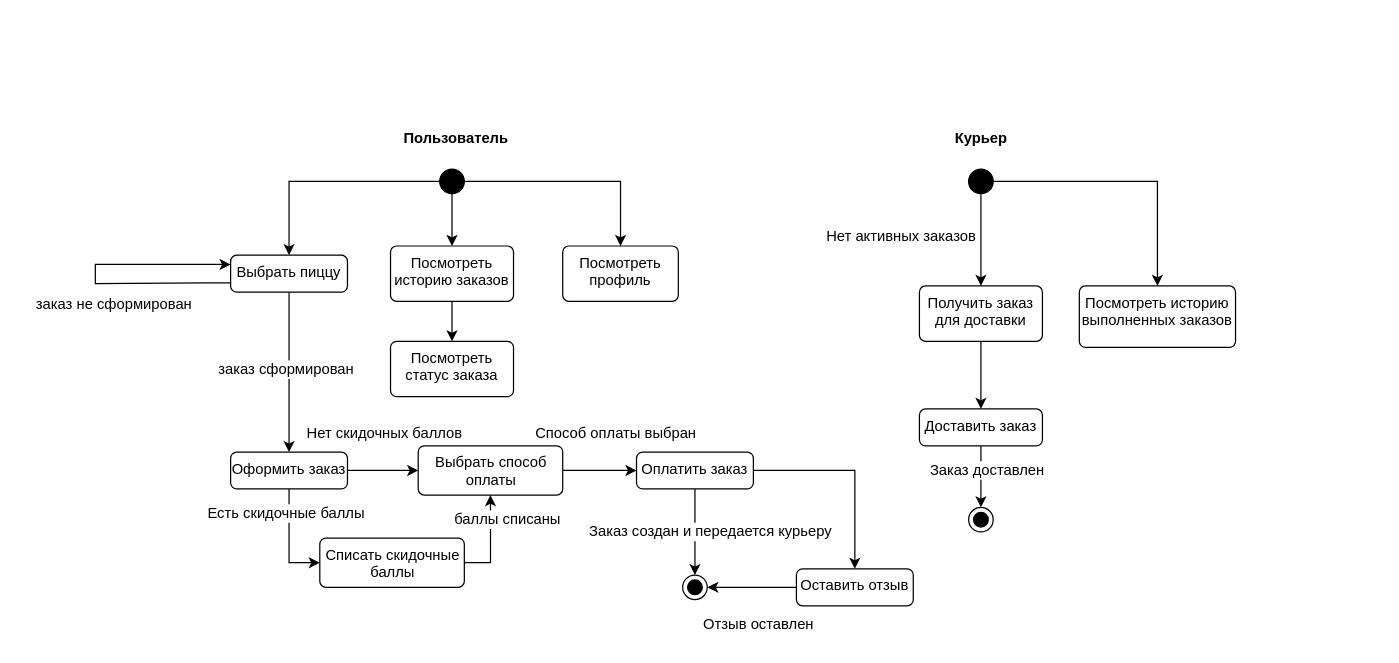
Earlier version of the draw.io diagram ДиаграммаАвтомата.drawio (hard-gainer/UML). Source tidied: cells renumbered, new cells numbered last; positions are measured from the earlier drawing's top-left corner, leaving out a move shared by most shapes. Both pictures are drawn from the tidied source at 123%, with x=0, y=0 at pixel (21, 119).
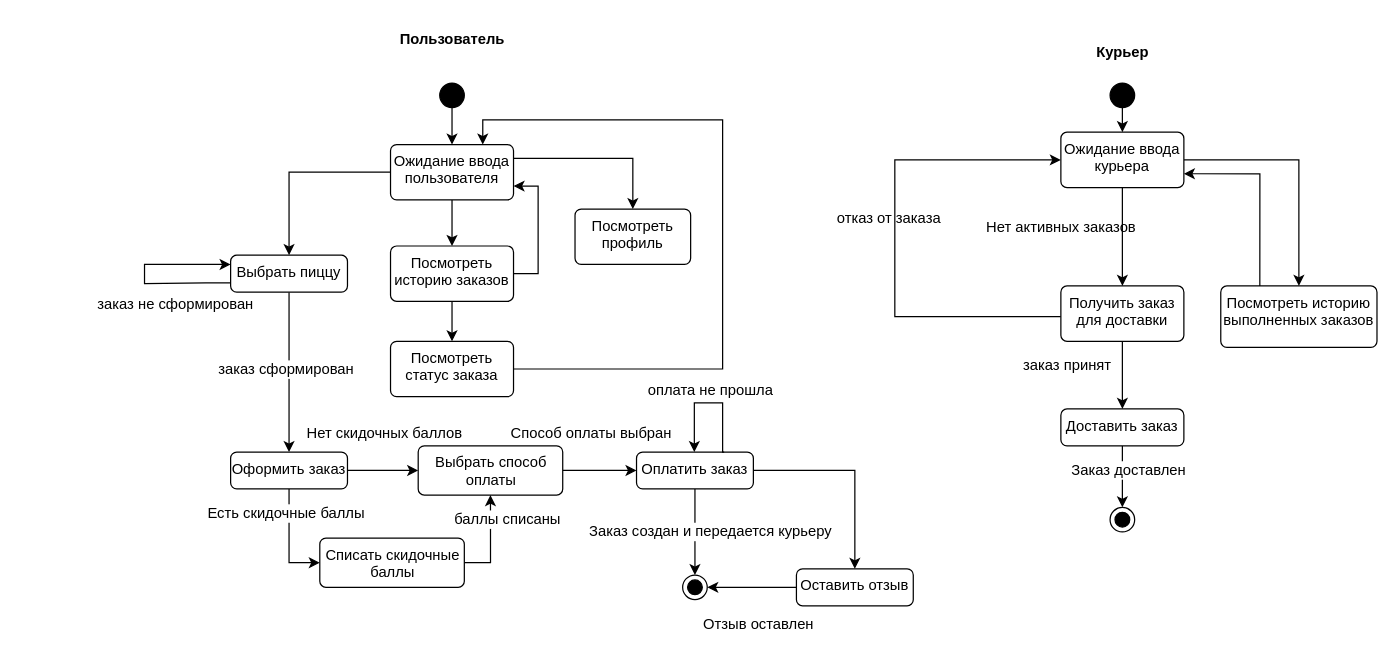
Above is the later version.

The change refers to these unchanged cells:
```xml
<mxCell id="9" value="Оплатить заказ" style="html=1;align=center;verticalAlign=top;rounded=1;absoluteArcSize=1;arcSize=10;dashed=0;whiteSpace=wrap;" parent="1" vertex="1">
  <mxGeometry x="500" y="270" width="95" height="30" as="geometry" />
</mxCell>
<mxCell id="11" value="Выбрать пиццу" style="html=1;align=center;verticalAlign=top;rounded=1;absoluteArcSize=1;arcSize=10;dashed=0;whiteSpace=wrap;" parent="1" vertex="1">
  <mxGeometry x="170" y="110" width="95" height="30" as="geometry" />
</mxCell>
<mxCell id="21" value="Посмотреть историю заказов" style="html=1;align=center;verticalAlign=top;rounded=1;absoluteArcSize=1;arcSize=10;dashed=0;whiteSpace=wrap;" parent="1" vertex="1">
  <mxGeometry x="300" y="102.5" width="100" height="45" as="geometry" />
</mxCell>
<mxCell id="22" value="Посмотреть статус заказа" style="html=1;align=center;verticalAlign=top;rounded=1;absoluteArcSize=1;arcSize=10;dashed=0;whiteSpace=wrap;" parent="1" vertex="1">
  <mxGeometry x="300" y="180" width="100" height="45" as="geometry" />
</mxCell>
```

The edit, as a diff of the source:
```diff
@@
-    <mxCell id="2" style="edgeStyle=orthogonalEdgeStyle;rounded=0;jettySize=auto;html=1;entryX=0.5;entryY=0;entryDx=0;entryDy=0;" parent="1" edge="1" source="5" target="11">
-      <mxGeometry relative="1" as="geometry" />
-    </mxCell>
-    <mxCell id="3" style="edgeStyle=orthogonalEdgeStyle;rounded=0;jettySize=auto;html=1;entryX=0.5;entryY=0;entryDx=0;entryDy=0;" parent="1" edge="1" source="5" target="19">
-      <mxGeometry relative="1" as="geometry" />
-    </mxCell>
-    <mxCell id="4" style="edgeStyle=orthogonalEdgeStyle;rounded=0;jettySize=auto;html=1;exitX=0.5;exitY=1;exitDx=0;exitDy=0;" parent="1" edge="1" source="5" target="21">
-      <mxGeometry relative="1" as="geometry" />
-    </mxCell>
+    <mxCell id="47" style="edgeStyle=orthogonalEdgeStyle;rounded=0;jettySize=auto;html=1;entryX=0.5;entryY=0;entryDx=0;entryDy=0;" parent="1" edge="1" source="5" target="56">
+      <mxGeometry relative="1" as="geometry" />
+    </mxCell>
     <mxCell id="5" style="ellipse;fillColor=strokeColor;html=1;" parent="1" vertex="1">
-      <mxGeometry x="340" y="40" width="20" height="20" as="geometry" />
+      <mxGeometry x="340" y="-30" width="20" height="20" as="geometry" />
     </mxCell>
@@
     <mxCell id="19" value="Посмотреть профиль" style="html=1;align=center;verticalAlign=top;rounded=1;absoluteArcSize=1;arcSize=10;dashed=0;whiteSpace=wrap;" parent="1" vertex="1">
-      <mxGeometry x="440" y="102.5" width="94" height="45" as="geometry" />
+      <mxGeometry x="450" y="72.5" width="94" height="45" as="geometry" />
     </mxCell>
@@
+    <mxCell id="48" style="edgeStyle=orthogonalEdgeStyle;rounded=0;jettySize=auto;html=1;exitX=1;exitY=0.5;exitDx=0;exitDy=0;entryX=1;entryY=0.75;entryDx=0;entryDy=0;" parent="1" edge="1" source="21" target="56">
+      <mxGeometry relative="1" as="geometry" />
+    </mxCell>
@@
+    <mxCell id="49" style="edgeStyle=orthogonalEdgeStyle;rounded=0;jettySize=auto;html=1;exitX=1;exitY=0.5;exitDx=0;exitDy=0;entryX=0.75;entryY=0;entryDx=0;entryDy=0;" parent="1" edge="1" source="22" target="56">
+      <mxGeometry relative="1" as="geometry">
+        <Array as="points">
+          <mxPoint x="570" y="203" />
+          <mxPoint x="570" />
+          <mxPoint x="375" />
+        </Array>
+      </mxGeometry>
+    </mxCell>
@@
     <mxCell id="23" value="Пользователь" style="text;html=1;align=center;verticalAlign=middle;strokeColor=none;fillColor=none;fontStyle=1;" parent="1" vertex="1">
-      <mxGeometry x="302.5" width="100" height="30" as="geometry" />
+      <mxGeometry x="300" y="-80" width="100" height="30" as="geometry" />
     </mxCell>
-    <mxCell id="24" style="edgeStyle=orthogonalEdgeStyle;rounded=0;jettySize=auto;html=1;entryX=0.5;entryY=0;entryDx=0;entryDy=0;" parent="1" edge="1" source="26" target="29">
-      <mxGeometry relative="1" as="geometry" />
-    </mxCell>
-    <mxCell id="25" style="edgeStyle=orthogonalEdgeStyle;rounded=0;jettySize=auto;html=1;entryX=0.5;entryY=0;entryDx=0;entryDy=0;" parent="1" edge="1" source="26" target="32">
-      <mxGeometry relative="1" as="geometry" />
-    </mxCell>
+    <mxCell id="50" style="edgeStyle=orthogonalEdgeStyle;rounded=0;jettySize=auto;html=1;exitX=0.5;exitY=1;exitDx=0;exitDy=0;entryX=0.5;entryY=0;entryDx=0;entryDy=0;" parent="1" edge="1" source="26" target="61">
+      <mxGeometry relative="1" as="geometry" />
+    </mxCell>
     <mxCell id="26" style="ellipse;fillColor=strokeColor;html=1;" parent="1" vertex="1">
-      <mxGeometry x="770" y="40" width="20" height="20" as="geometry" />
+      <mxGeometry x="885" y="-30" width="20" height="20" as="geometry" />
     </mxCell>
     <mxCell id="27" value="Курьер" style="text;html=1;align=center;verticalAlign=middle;strokeColor=none;fillColor=none;fontStyle=1;" parent="1" vertex="1">
-      <mxGeometry x="750" width="60" height="30" as="geometry" />
+      <mxGeometry x="865" y="-70" width="60" height="30" as="geometry" />
     </mxCell>
@@
+    <mxCell id="51" style="edgeStyle=orthogonalEdgeStyle;rounded=0;jettySize=auto;html=1;entryX=0;entryY=0.5;entryDx=0;entryDy=0;" parent="1" edge="1" source="29" target="61">
+      <mxGeometry relative="1" as="geometry">
+        <Array as="points">
+          <mxPoint x="710" y="160" />
+          <mxPoint x="710" y="33" />
+        </Array>
+      </mxGeometry>
+    </mxCell>
     <mxCell id="29" value="Получить заказ для доставки" style="html=1;align=center;verticalAlign=top;rounded=1;absoluteArcSize=1;arcSize=10;dashed=0;whiteSpace=wrap;" parent="1" vertex="1">
-      <mxGeometry x="730" y="135" width="100" height="45" as="geometry" />
+      <mxGeometry x="845" y="135" width="100" height="45" as="geometry" />
     </mxCell>
@@
     <mxCell id="31" value="Доставить заказ" style="html=1;align=center;verticalAlign=top;rounded=1;absoluteArcSize=1;arcSize=10;dashed=0;whiteSpace=wrap;" parent="1" vertex="1">
-      <mxGeometry x="730" y="235" width="100" height="30" as="geometry" />
+      <mxGeometry x="845" y="235" width="100" height="30" as="geometry" />
     </mxCell>
+    <mxCell id="52" style="edgeStyle=orthogonalEdgeStyle;rounded=0;jettySize=auto;html=1;exitX=0.25;exitY=0;exitDx=0;exitDy=0;entryX=1;entryY=0.75;entryDx=0;entryDy=0;" parent="1" edge="1" source="32" target="61">
+      <mxGeometry relative="1" as="geometry" />
+    </mxCell>
     <mxCell id="32" value="Посмотреть историю выполненных заказов" style="html=1;align=center;verticalAlign=top;rounded=1;absoluteArcSize=1;arcSize=10;dashed=0;whiteSpace=wrap;" parent="1" vertex="1">
-      <mxGeometry x="860" y="135" width="127" height="50" as="geometry" />
+      <mxGeometry x="975" y="135" width="127" height="50" as="geometry" />
     </mxCell>
     <mxCell id="33" value="Нет активных заказов" style="text;html=1;align=center;verticalAlign=middle;strokeColor=none;fillColor=none;" parent="1" vertex="1">
-      <mxGeometry x="640" y="80" width="150" height="30" as="geometry" />
+      <mxGeometry x="770" y="72.5" width="150" height="30" as="geometry" />
     </mxCell>
@@
     <mxCell id="36" value="Способ оплаты выбран" style="text;html=1;align=center;verticalAlign=middle;strokeColor=none;fillColor=none;" parent="1" vertex="1">
-      <mxGeometry x="407.5" y="240" width="150" height="30" as="geometry" />
+      <mxGeometry x="387.5" y="240" width="150" height="30" as="geometry" />
     </mxCell>
@@
     <mxCell id="39" style="edgeStyle=orthogonalEdgeStyle;rounded=0;orthogonalLoop=1;jettySize=auto;html=1;entryX=0;entryY=0.25;entryDx=0;entryDy=0;exitX=0;exitY=0.75;exitDx=0;exitDy=0;" parent="1" edge="1" source="11" target="11">
       <mxGeometry relative="1" as="geometry">
         <Array as="points">
           <mxPoint x="150" y="133" />
-          <mxPoint x="60" y="133" />
-          <mxPoint x="60" y="118" />
+          <mxPoint x="100" y="133" />
+          <mxPoint x="100" y="117" />
         </Array>
       </mxGeometry>
     </mxCell>
     <mxCell id="40" value="заказ не сформирован" style="text;html=1;align=center;verticalAlign=middle;strokeColor=none;fillColor=none;" parent="1" vertex="1">
-      <mxGeometry y="135" width="150" height="30" as="geometry" />
+      <mxGeometry x="50" y="135" width="150" height="30" as="geometry" />
     </mxCell>
     <mxCell id="41" value="Заказ доставлен" style="text;html=1;align=center;verticalAlign=middle;strokeColor=none;fillColor=none;labelBackgroundColor=default;" parent="1" vertex="1">
-      <mxGeometry x="725" y="270" width="120" height="30" as="geometry" />
+      <mxGeometry x="840" y="270" width="120" height="30" as="geometry" />
     </mxCell>
@@
     <mxCell id="45" style="ellipse;html=1;shape=endState;fillColor=strokeColor;" parent="1" vertex="1">
-      <mxGeometry x="770" y="315" width="20" height="20" as="geometry" />
+      <mxGeometry x="885" y="315" width="20" height="20" as="geometry" />
     </mxCell>
@@
+    <mxCell id="53" style="edgeStyle=orthogonalEdgeStyle;rounded=0;jettySize=auto;html=1;" parent="1" edge="1" source="56" target="11">
+      <mxGeometry relative="1" as="geometry" />
+    </mxCell>
+    <mxCell id="54" style="edgeStyle=orthogonalEdgeStyle;rounded=0;jettySize=auto;html=1;entryX=0.5;entryY=0;entryDx=0;entryDy=0;" parent="1" edge="1" source="56" target="21">
+      <mxGeometry relative="1" as="geometry" />
+    </mxCell>
+    <mxCell id="55" style="edgeStyle=orthogonalEdgeStyle;rounded=0;jettySize=auto;html=1;exitX=1;exitY=0.25;exitDx=0;exitDy=0;entryX=0.5;entryY=0;entryDx=0;entryDy=0;" parent="1" edge="1" source="56" target="19">
+      <mxGeometry relative="1" as="geometry" />
+    </mxCell>
+    <mxCell id="56" value="Ожидание ввода пользователя" style="html=1;align=center;verticalAlign=top;rounded=1;absoluteArcSize=1;arcSize=10;dashed=0;whiteSpace=wrap;" parent="1" vertex="1">
+      <mxGeometry x="300" y="20" width="100" height="45" as="geometry" />
+    </mxCell>
+    <mxCell id="57" style="edgeStyle=orthogonalEdgeStyle;rounded=0;orthogonalLoop=1;jettySize=auto;html=1;exitX=0.75;exitY=0;exitDx=0;exitDy=0;" parent="1" edge="1" source="9" target="9">
+      <mxGeometry relative="1" as="geometry">
+        <Array as="points">
+          <mxPoint x="570" y="270" />
+          <mxPoint x="570" y="230" />
+          <mxPoint x="547" y="230" />
+        </Array>
+      </mxGeometry>
+    </mxCell>
+    <mxCell id="58" value="оплата не прошла" style="text;html=1;align=center;verticalAlign=middle;strokeColor=none;fillColor=none;" parent="1" vertex="1">
+      <mxGeometry x="495" y="205" width="130" height="30" as="geometry" />
+    </mxCell>
+    <mxCell id="59" style="edgeStyle=orthogonalEdgeStyle;rounded=0;jettySize=auto;html=1;" parent="1" edge="1" source="61" target="29">
+      <mxGeometry relative="1" as="geometry" />
+    </mxCell>
+    <mxCell id="60" style="edgeStyle=orthogonalEdgeStyle;rounded=0;jettySize=auto;html=1;exitX=1;exitY=0.5;exitDx=0;exitDy=0;entryX=0.5;entryY=0;entryDx=0;entryDy=0;" parent="1" edge="1" source="61" target="32">
+      <mxGeometry relative="1" as="geometry" />
+    </mxCell>
+    <mxCell id="61" value="Ожидание ввода курьера" style="html=1;align=center;verticalAlign=top;rounded=1;absoluteArcSize=1;arcSize=10;dashed=0;whiteSpace=wrap;" parent="1" vertex="1">
+      <mxGeometry x="845" y="10" width="100" height="45" as="geometry" />
+    </mxCell>
+    <mxCell id="62" value="отказ от заказа" style="text;html=1;align=center;verticalAlign=middle;strokeColor=none;fillColor=none;" parent="1" vertex="1">
+      <mxGeometry x="650" y="65" width="110" height="30" as="geometry" />
+    </mxCell>
+    <mxCell id="63" value="заказ принят" style="text;html=1;align=center;verticalAlign=middle;strokeColor=none;fillColor=none;" parent="1" vertex="1">
+      <mxGeometry x="800" y="185" width="100" height="30" as="geometry" />
+    </mxCell>
```
